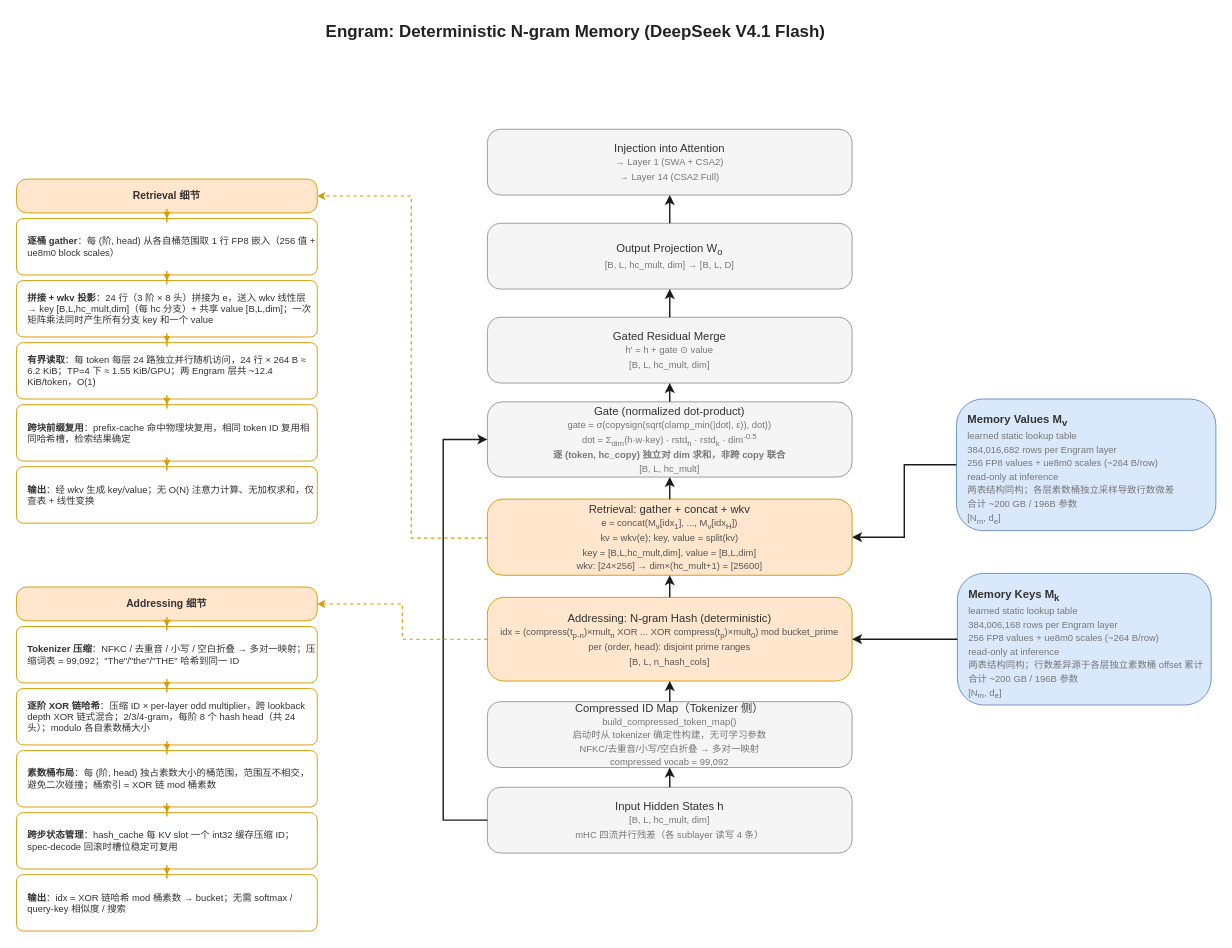
The draw.io diagram Architectural Extensions/engram.drawio in yuchenzzz1013/deepseek-v4.1-sim-notes, before the edit. Source tidied: cells renumbered, new cells numbered last; positions are measured from the earlier drawing's top-left corner, leaving out a move shared by most shapes. Both pictures are drawn from the tidied source at 94%, with x=0, y=0 at pixel (16, 16).
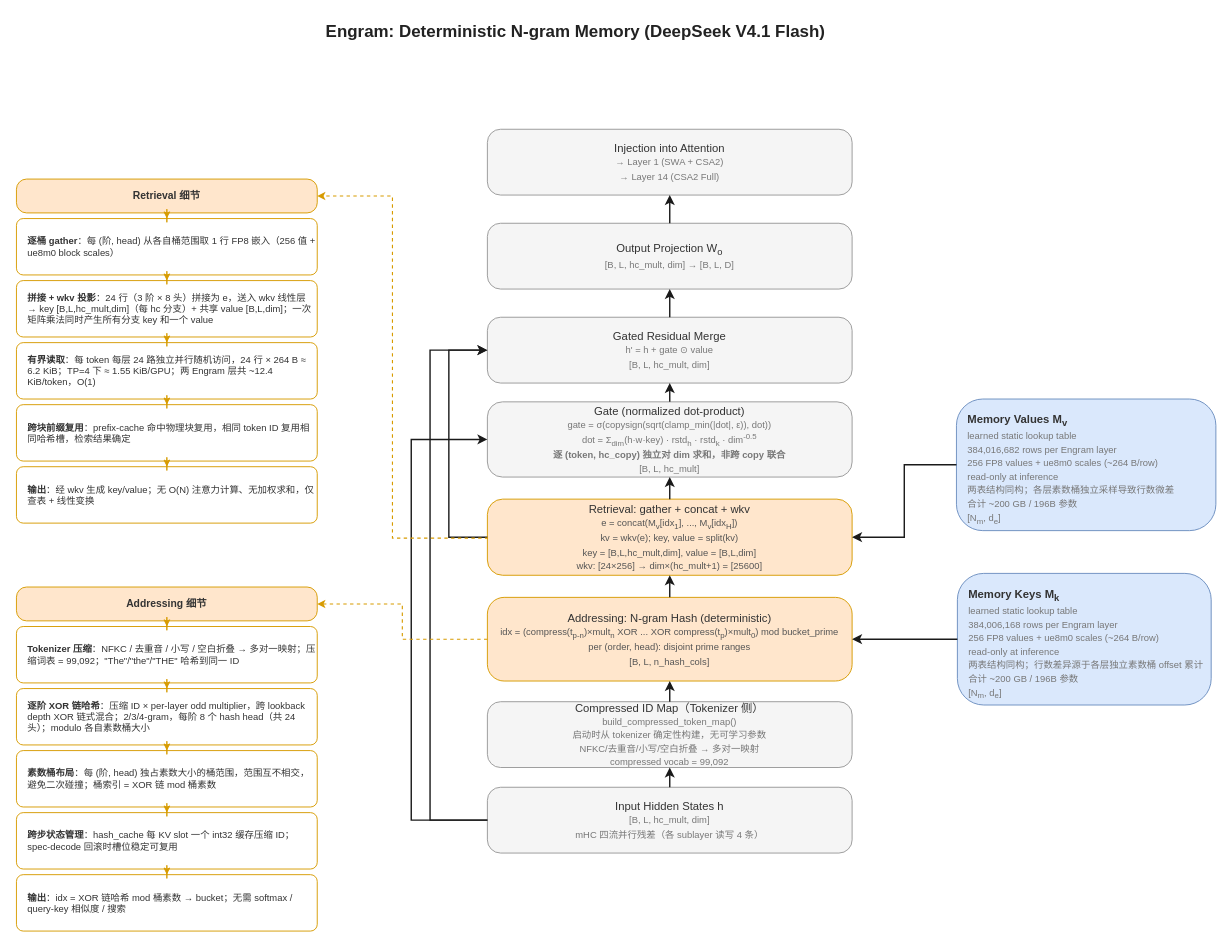
After the change.

Unchanged cells that the change refers to:
```xml
<mxCell id="3" value="Input Hidden States h&lt;br&gt;&lt;font style=&quot;font-size:10px;color:#777777&quot;&gt;[B, L, hc_mult, dim]&lt;br&gt;mHC 四流并行残差（各 sublayer 读写 4 条）&lt;/font&gt;" style="rounded=1;arcSize=20;whiteSpace=wrap;html=1;fillColor=#F5F5F5;strokeColor=#999999;fontSize=12;fontColor=#333333;" parent="1" vertex="1">
  <mxGeometry x="501" y="820" width="388" height="70" as="geometry" />
</mxCell>
<mxCell id="6" value="Retrieval: gather + concat + wkv&lt;br&gt;&lt;font style=&quot;font-size:10px;color:#555555&quot;&gt;e = concat(M&lt;sub&gt;v&lt;/sub&gt;[idx&lt;sub&gt;1&lt;/sub&gt;], ..., M&lt;sub&gt;v&lt;/sub&gt;[idx&lt;sub&gt;H&lt;/sub&gt;])&lt;br&gt;kv = wkv(e); key, value = split(kv)&lt;br&gt;key = [B,L,hc_mult,dim], value = [B,L,dim]&lt;br&gt;wkv: [24×256] → dim×(hc_mult+1) = [25600]&lt;/font&gt;" style="rounded=1;arcSize=20;whiteSpace=wrap;html=1;fillColor=#FFE6CC;strokeColor=#D79B00;fontSize=12;fontColor=#333333;" parent="1" vertex="1">
  <mxGeometry x="501" y="513.5" width="388" height="81" as="geometry" />
</mxCell>
<mxCell id="7" value="Gate (normalized dot-product)&lt;br&gt;&lt;font style=&quot;font-size:10px;color:#777777&quot;&gt;gate = σ(copysign(sqrt(clamp_min(|dot|, ε)), dot))&lt;br&gt;dot = Σ&lt;sub&gt;dim&lt;/sub&gt;(h·w·key) · rstd&lt;sub&gt;h&lt;/sub&gt; · rstd&lt;sub&gt;k&lt;/sub&gt; · dim&lt;sup&gt;-0.5&lt;/sup&gt;&lt;br&gt;&lt;b&gt;逐 (token, hc_copy) 独立对 dim 求和，非跨 copy 联合&lt;/b&gt;&lt;br&gt;[B, L, hc_mult]&lt;/font&gt;" style="rounded=1;arcSize=20;whiteSpace=wrap;html=1;fillColor=#F5F5F5;strokeColor=#999999;fontSize=12;fontColor=#333333;" parent="1" vertex="1">
  <mxGeometry x="501" y="410" width="388" height="80" as="geometry" />
</mxCell>
<mxCell id="8" value="Gated Residual Merge&lt;br&gt;&lt;font style=&quot;font-size:10px;color:#777777&quot;&gt;h' = h + gate ⊙ value&lt;br&gt;[B, L, hc_mult, dim]&lt;/font&gt;" style="rounded=1;arcSize=20;whiteSpace=wrap;html=1;fillColor=#F5F5F5;strokeColor=#999999;fontSize=12;fontColor=#333333;" parent="1" vertex="1">
  <mxGeometry x="501" y="320" width="388" height="70" as="geometry" />
</mxCell>
<mxCell id="13" value="Retrieval 细节" style="rounded=1;arcSize=30;whiteSpace=wrap;html=1;fillColor=#FFE6CC;strokeColor=#D79B00;fontSize=11;fontStyle=1;fontColor=#333333;" parent="1" vertex="1">
  <mxGeometry y="173" width="320" height="36" as="geometry" />
</mxCell>
```

Change to the diagram source:
```diff
@@
     <mxCell id="34" style="edgeStyle=orthogonalEdgeStyle;rounded=0;jettySize=0;html=1;strokeWidth=1.5;endArrow=classic;endFill=1;endSize=6;strokeColor=#1A1A1A;exitX=0;exitY=0.5;exitDx=0;exitDy=0;entryX=0;entryY=0.5;entryDx=0;entryDy=0;" parent="1" edge="1" source="3" target="7">
       <mxGeometry relative="1" as="geometry">
         <Array as="points">
-          <mxPoint x="454" y="855" />
-          <mxPoint x="454" y="450" />
+          <mxPoint x="420" y="855" />
+          <mxPoint x="420" y="450" />
         </Array>
       </mxGeometry>
     </mxCell>
+    <mxCell id="47" style="edgeStyle=orthogonalEdgeStyle;rounded=0;jettySize=0;html=1;strokeWidth=1.5;endArrow=classic;endFill=1;endSize=6;strokeColor=#1A1A1A;exitX=0;exitY=0.5;exitDx=0;exitDy=0;entryX=0;entryY=0.5;entryDx=0;entryDy=0;" parent="1" edge="1" source="3" target="8">
+      <mxGeometry relative="1" as="geometry">
+        <Array as="points">
+          <mxPoint x="440" y="855" />
+          <mxPoint x="440" y="355" />
+        </Array>
+      </mxGeometry>
+    </mxCell>
+    <mxCell id="48" style="edgeStyle=orthogonalEdgeStyle;rounded=0;jettySize=0;html=1;strokeWidth=1.5;endArrow=classic;endFill=1;endSize=6;strokeColor=#1A1A1A;exitX=0;exitY=0.5;exitDx=0;exitDy=0;entryX=0;entryY=0.5;entryDx=0;entryDy=0;" parent="1" edge="1" source="6" target="8">
+      <mxGeometry relative="1" as="geometry">
+        <Array as="points">
+          <mxPoint x="460" y="554" />
+          <mxPoint x="460" y="355" />
+        </Array>
+      </mxGeometry>
+    </mxCell>
@@
     <mxCell id="36" style="edgeStyle=orthogonalEdgeStyle;rounded=0;jettySize=0;html=1;dashed=1;endArrow=classic;endFill=1;endSize=5;strokeWidth=1.2;strokeColor=#D79B00;exitX=0;exitY=0.5;exitDx=0;exitDy=0;entryX=1;entryY=0.5;entryDx=0;entryDy=0;" parent="1" edge="1" source="6" target="13">
       <mxGeometry relative="1" as="geometry">
         <Array as="points">
-          <mxPoint x="420" y="555" />
-          <mxPoint x="420" y="191" />
+          <mxPoint x="400" y="555" />
+          <mxPoint x="400" y="191" />
         </Array>
       </mxGeometry>
     </mxCell>
```
